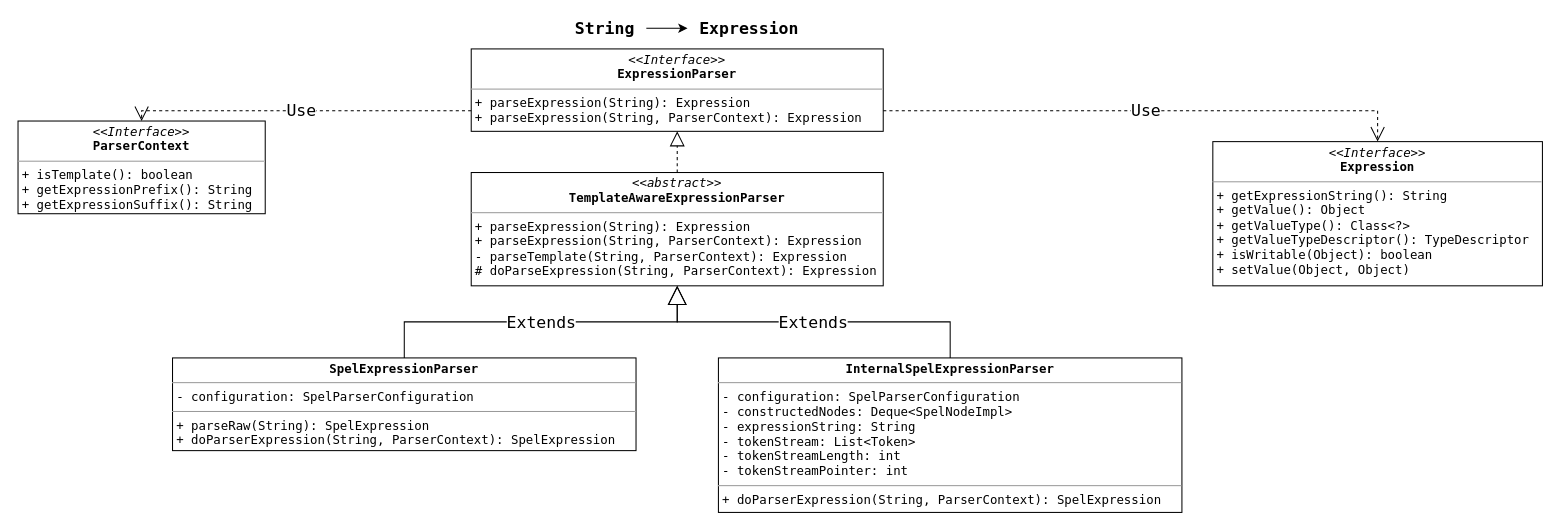
Above: uml/ExpressionParser.drawio in xhjian/draw.io (draw.io), before the change. Source tidied: cells renumbered, new cells numbered last; positions are measured from the earlier drawing's top-left corner, leaving out a move shared by most shapes. Both pictures are drawn from the tidied source at 103%, with x=0, y=0 at pixel (18, 18).
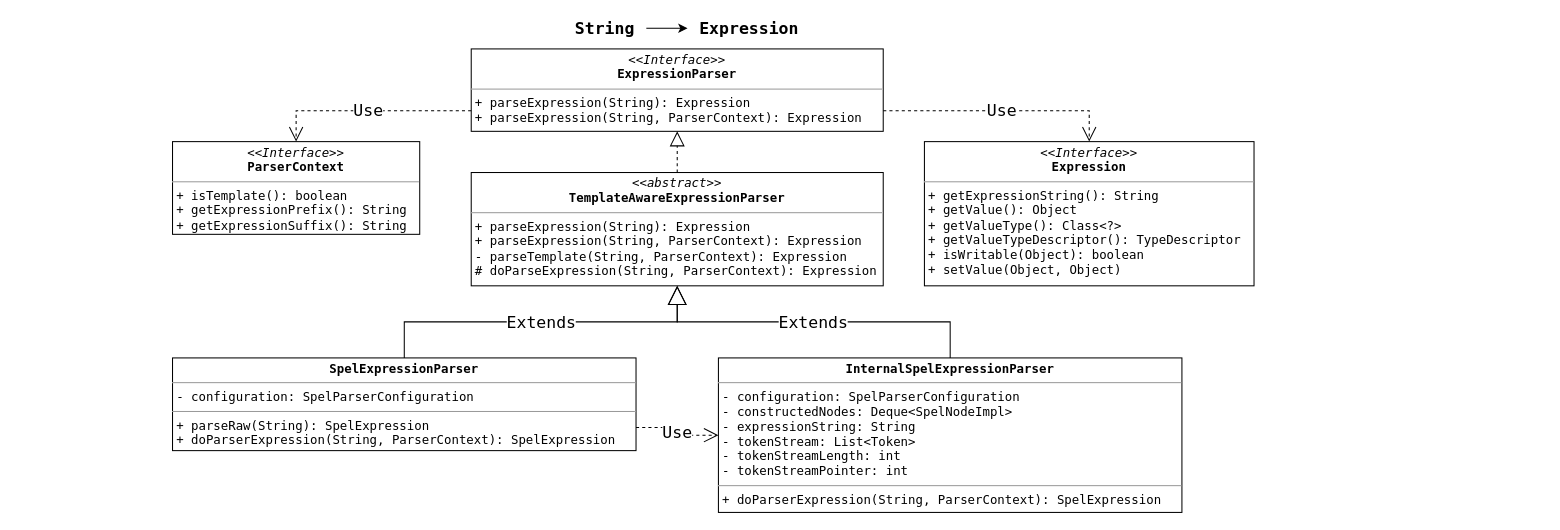
After the change.

Change to the diagram source:
```diff
@@
 <mxGraphModel>
   <root>
     <mxCell id="0" />
     <mxCell id="1" parent="0" />
     <mxCell id="2" value="&lt;p style=&quot;margin: 0px ; margin-top: 4px ; text-align: center&quot;&gt;&lt;i&gt;&amp;lt;&amp;lt;Interface&amp;gt;&amp;gt;&lt;/i&gt;&lt;br&gt;&lt;b&gt;ExpressionParser&lt;/b&gt;&lt;br&gt;&lt;/p&gt;&lt;hr size=&quot;1&quot;&gt;&lt;p style=&quot;margin: 0px ; margin-left: 4px&quot;&gt;+ parseExpression(String): Expression&lt;/p&gt;&lt;p style=&quot;margin: 0px ; margin-left: 4px&quot;&gt;+ parseExpression(String, ParserContext): Expression&lt;/p&gt;" style="verticalAlign=top;align=left;overflow=fill;fontSize=12;fontFamily=Lucida Console;html=1;" parent="1" vertex="1">
       <mxGeometry x="440" y="30" width="400" height="80" as="geometry" />
     </mxCell>
     <mxCell id="3" value="&lt;p style=&quot;margin: 0px ; margin-top: 4px ; text-align: center&quot;&gt;&lt;i&gt;&amp;lt;&amp;lt;Interface&amp;gt;&amp;gt;&lt;/i&gt;&lt;br&gt;&lt;b&gt;Expression&lt;/b&gt;&lt;br&gt;&lt;/p&gt;&lt;hr size=&quot;1&quot;&gt;&lt;p style=&quot;margin: 0px ; margin-left: 4px&quot;&gt;+ getExpressionString(): String&lt;/p&gt;&lt;p style=&quot;margin: 0px ; margin-left: 4px&quot;&gt;+ getValue(): Object&lt;/p&gt;&lt;p style=&quot;margin: 0px ; margin-left: 4px&quot;&gt;+ getValueType(): Class&amp;lt;?&amp;gt;&lt;/p&gt;&lt;p style=&quot;margin: 0px ; margin-left: 4px&quot;&gt;+ getValueTypeDescriptor(): TypeDescriptor&lt;/p&gt;&lt;p style=&quot;margin: 0px ; margin-left: 4px&quot;&gt;+ isWritable(Object): boolean&lt;/p&gt;&lt;p style=&quot;margin: 0px ; margin-left: 4px&quot;&gt;+ setValue(Object, Object)&lt;/p&gt;" style="verticalAlign=top;align=left;overflow=fill;fontSize=12;fontFamily=Lucida Console;html=1;" parent="1" vertex="1">
-      <mxGeometry x="1160" y="120" width="320" height="140" as="geometry" />
+      <mxGeometry x="880" y="120" width="320" height="140" as="geometry" />
     </mxCell>
     <mxCell id="4" style="edgeStyle=orthogonalEdgeStyle;rounded=0;jettySize=auto;html=1;fontFamily=Lucida Console;fontSize=16;fontStyle=1;" parent="1" edge="1" source="5" target="6">
       <mxGeometry relative="1" as="geometry" />
     </mxCell>
     <mxCell id="5" value="String" style="text;html=1;strokeColor=none;fillColor=none;align=center;verticalAlign=middle;whiteSpace=wrap;rounded=0;fontFamily=Lucida Console;fontSize=16;fontStyle=1;" parent="1" vertex="1">
       <mxGeometry x="530" width="80" height="20" as="geometry" />
     </mxCell>
     <mxCell id="6" value="Expression" style="text;html=1;strokeColor=none;fillColor=none;align=center;verticalAlign=middle;whiteSpace=wrap;rounded=0;fontFamily=Lucida Console;fontSize=16;fontStyle=1;" parent="1" vertex="1">
       <mxGeometry x="650" width="120" height="20" as="geometry" />
     </mxCell>
     <mxCell id="7" value="&lt;p style=&quot;margin: 0px ; margin-top: 4px ; text-align: center&quot;&gt;&lt;i&gt;&amp;lt;&amp;lt;Interface&amp;gt;&amp;gt;&lt;/i&gt;&lt;br&gt;&lt;b&gt;ParserContext&lt;/b&gt;&lt;br&gt;&lt;/p&gt;&lt;hr size=&quot;1&quot;&gt;&lt;p style=&quot;margin: 0px ; margin-left: 4px&quot;&gt;+ isTemplate(): boolean&lt;/p&gt;&lt;p style=&quot;margin: 0px ; margin-left: 4px&quot;&gt;+ getExpressionPrefix(): String&lt;/p&gt;&lt;p style=&quot;margin: 0px ; margin-left: 4px&quot;&gt;+ getExpressionSuffix(): String&lt;br&gt;&lt;/p&gt;" style="verticalAlign=top;align=left;overflow=fill;fontSize=12;fontFamily=Lucida Console;html=1;" parent="1" vertex="1">
-      <mxGeometry y="100" width="240" height="90" as="geometry" />
+      <mxGeometry x="150" y="120" width="240" height="90" as="geometry" />
     </mxCell>
     <mxCell id="8" value="&lt;p style=&quot;margin: 0px ; margin-top: 4px ; text-align: center&quot;&gt;&lt;i&gt;&amp;lt;&amp;lt;abstract&amp;gt;&amp;gt;&lt;/i&gt;&lt;br&gt;&lt;b&gt;TemplateAwareExpressionParser&lt;/b&gt;&lt;/p&gt;&lt;hr size=&quot;1&quot;&gt;&lt;p style=&quot;margin: 0px ; margin-left: 4px&quot;&gt;+ parseExpression(String): Expression&lt;/p&gt;&lt;p style=&quot;margin: 0px ; margin-left: 4px&quot;&gt;+ parseExpression(String, ParserContext): Expression&lt;/p&gt;&lt;p style=&quot;margin: 0px ; margin-left: 4px&quot;&gt;- parseTemplate(String, ParserContext): Expression&lt;/p&gt;&lt;p style=&quot;margin: 0px ; margin-left: 4px&quot;&gt;# doParseExpression(String, ParserContext): Expression&lt;br&gt;&lt;/p&gt;" style="verticalAlign=top;align=left;overflow=fill;fontSize=12;fontFamily=Lucida Console;html=1;" parent="1" vertex="1">
       <mxGeometry x="440" y="150" width="400" height="110" as="geometry" />
     </mxCell>
     <mxCell id="9" style="endArrow=block;dashed=1;endFill=0;endSize=12;html=1;rounded=0;fontFamily=Lucida Console;fontSize=16;entryX=0.5;entryY=1;entryDx=0;entryDy=0;" parent="1" edge="1" source="8" target="2">
       <mxGeometry relative="1" as="geometry" />
     </mxCell>
     <mxCell id="10" value="&lt;p style=&quot;margin: 0px ; margin-top: 4px ; text-align: center&quot;&gt;&lt;b&gt;InternalSpelExpressionParser&lt;/b&gt;&lt;/p&gt;&lt;hr size=&quot;1&quot;&gt;&lt;p style=&quot;margin: 0px ; margin-left: 4px&quot;&gt;- configuration: SpelParserConfiguration&lt;/p&gt;&lt;p style=&quot;margin: 0px ; margin-left: 4px&quot;&gt;- constructedNodes: Deque&amp;lt;SpelNodeImpl&amp;gt;&lt;/p&gt;&lt;p style=&quot;margin: 0px ; margin-left: 4px&quot;&gt;- expressionString: String&lt;/p&gt;&lt;p style=&quot;margin: 0px ; margin-left: 4px&quot;&gt;- tokenStream: List&amp;lt;Token&amp;gt;&lt;/p&gt;&lt;p style=&quot;margin: 0px ; margin-left: 4px&quot;&gt;- tokenStreamLength: int&lt;/p&gt;&lt;p style=&quot;margin: 0px ; margin-left: 4px&quot;&gt;- tokenStreamPointer: int&lt;br&gt;&lt;/p&gt;&lt;hr size=&quot;1&quot;&gt;&lt;p style=&quot;margin: 0px ; margin-left: 4px&quot;&gt;+ doParserExpression(String, ParserContext): SpelExpression&lt;br&gt;&lt;/p&gt;" style="verticalAlign=top;align=left;overflow=fill;fontSize=12;fontFamily=Lucida Console;html=1;" parent="1" vertex="1">
       <mxGeometry x="680" y="330" width="450" height="150" as="geometry" />
     </mxCell>
     <mxCell id="11" value="Extends" style="endArrow=block;endSize=16;endFill=0;html=1;rounded=0;fontFamily=Lucida Console;fontSize=16;entryX=0.5;entryY=1;entryDx=0;entryDy=0;exitX=0.5;exitY=0;exitDx=0;exitDy=0;edgeStyle=orthogonalEdgeStyle;" parent="1" edge="1" source="10" target="8">
       <mxGeometry relative="1" as="geometry" />
     </mxCell>
     <mxCell id="12" value="&lt;p style=&quot;margin: 0px ; margin-top: 4px ; text-align: center&quot;&gt;&lt;b&gt;SpelExpressionParser&lt;/b&gt;&lt;/p&gt;&lt;hr size=&quot;1&quot;&gt;&lt;p style=&quot;margin: 0px ; margin-left: 4px&quot;&gt;- configuration: SpelParserConfiguration&lt;/p&gt;&lt;hr size=&quot;1&quot;&gt;&lt;p style=&quot;margin: 0px ; margin-left: 4px&quot;&gt;+ parseRaw(String): SpelExpression&lt;br&gt;&lt;/p&gt;&lt;p style=&quot;margin: 0px ; margin-left: 4px&quot;&gt;+ doParserExpression(String, ParserContext): SpelExpression&lt;br&gt;&lt;/p&gt;" style="verticalAlign=top;align=left;overflow=fill;fontSize=12;fontFamily=Lucida Console;html=1;" parent="1" vertex="1">
       <mxGeometry x="150" y="330" width="450" height="90" as="geometry" />
     </mxCell>
     <mxCell id="13" value="Use" style="endArrow=open;endSize=12;dashed=1;html=1;rounded=0;fontFamily=Lucida Console;fontSize=16;exitX=1;exitY=0.75;exitDx=0;exitDy=0;entryX=0.5;entryY=0;entryDx=0;entryDy=0;edgeStyle=orthogonalEdgeStyle;" parent="1" edge="1" source="2" target="3">
       <mxGeometry relative="1" as="geometry" />
     </mxCell>
     <mxCell id="14" value="Use" style="endArrow=open;endSize=12;dashed=1;html=1;rounded=0;fontFamily=Lucida Console;fontSize=16;exitX=0;exitY=0.75;exitDx=0;exitDy=0;entryX=0.5;entryY=0;entryDx=0;entryDy=0;edgeStyle=orthogonalEdgeStyle;" parent="1" edge="1" source="2" target="7">
       <mxGeometry relative="1" as="geometry" />
     </mxCell>
     <mxCell id="15" value="Extends" style="endArrow=block;endSize=16;endFill=0;html=1;rounded=0;fontFamily=Lucida Console;fontSize=16;entryX=0.5;entryY=1;entryDx=0;entryDy=0;exitX=0.5;exitY=0;exitDx=0;exitDy=0;edgeStyle=orthogonalEdgeStyle;" parent="1" edge="1" source="12" target="8">
       <mxGeometry relative="1" as="geometry" />
     </mxCell>
+    <mxCell id="16" value="Use" style="endArrow=open;endSize=12;dashed=1;html=1;rounded=0;fontFamily=Lucida Console;fontSize=16;exitX=1;exitY=0.75;exitDx=0;exitDy=0;entryX=0;entryY=0.5;entryDx=0;entryDy=0;edgeStyle=orthogonalEdgeStyle;" parent="1" edge="1" source="12" target="10">
+      <mxGeometry relative="1" as="geometry" />
+    </mxCell>
   </root>
 </mxGraphModel>
```
